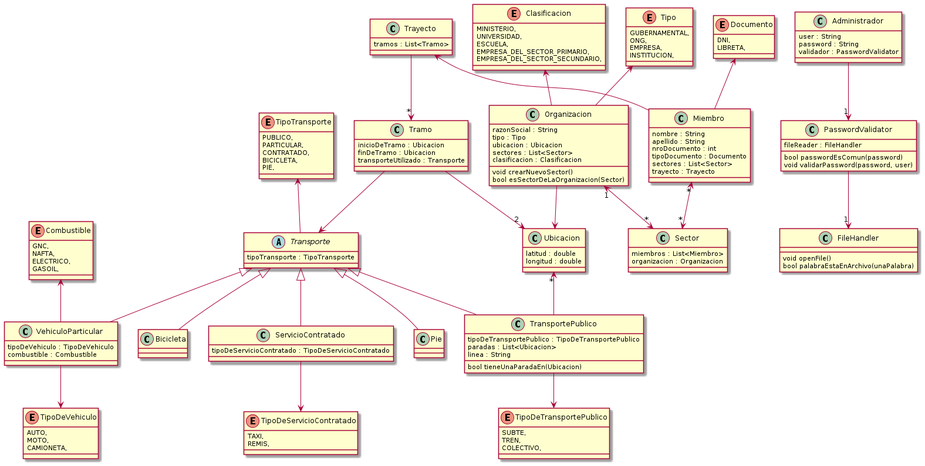
mbeorlegui/tpa-dds-2022 keeps this PlantUML diagram as out/Diagrama/TPA-1.png. Above is the earlier version.
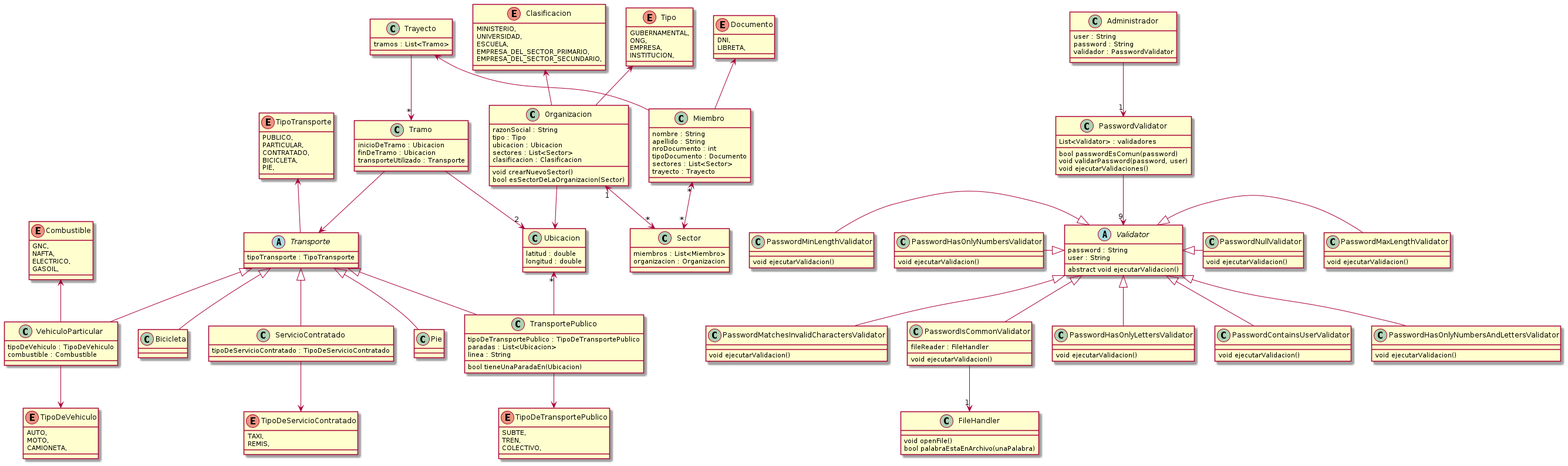
The same file after the commit.

The edit, as a diff of the source:
```diff
@@ -127,15 +127,75 @@
 }
 
 class PasswordValidator {
+  List<Validator> : validadores
   bool passwordEsComun(password)
   void validarPassword(password, user)
-  fileReader : FileHandler
+  void ejecutarValidaciones()
 }
 
 class FileHandler {
   void openFile()
   bool palabraEstaEnArchivo(unaPalabra)
 }
+
+abstract class Validator {
+  password : String
+  user : String
+  abstract void ejecutarValidacion()
+}
+
+class PasswordMatchesInvalidCharactersValidator {
+  void ejecutarValidacion()
+}
+
+class PasswordIsCommonValidator {
+  fileReader : FileHandler
+  void ejecutarValidacion()
+}
+
+class PasswordHasOnlyLettersValidator {
+  void ejecutarValidacion()
+}
+
+class PasswordContainsUserValidator {
+  void ejecutarValidacion()
+}
+
+
+class PasswordHasOnlyNumbersAndLettersValidator {
+  void ejecutarValidacion()
+}
+
+class PasswordHasOnlyNumbersValidator {
+  void ejecutarValidacion()
+}
+
+class PasswordMaxLengthValidator {
+  void ejecutarValidacion()
+}
+
+class PasswordMinLengthValidator {
+  void ejecutarValidacion()
+}
+
+class PasswordNullValidator {
+  void ejecutarValidacion()
+}
+
+
+Administrador -down->"1" PasswordValidator
+PasswordValidator --> "9" Validator
+Validator <|-down- PasswordIsCommonValidator
+PasswordIsCommonValidator -down->"1" FileHandler
+Validator <|-down- PasswordHasOnlyLettersValidator
+Validator <|-down- PasswordContainsUserValidator
+Validator <|-down- PasswordHasOnlyNumbersAndLettersValidator
+Validator <|-left- PasswordHasOnlyNumbersValidator
+Validator <|-right- PasswordMaxLengthValidator
+Validator <|-left- PasswordMinLengthValidator
+Validator <|-right- PasswordNullValidator
+Validator <|-down- PasswordMatchesInvalidCharactersValidator
+
 
 Miembro "*"<-->"*" Sector
 Organizacion -up-> Tipo
@@ -161,8 +221,5 @@
 Bicicleta -up-|> Transporte
 ServicioContratado -up-|> Transporte
 
-Administrador -down->"1" PasswordValidator
-PasswordValidator -down->"1" FileHandler
-
 
 @enduml
```
